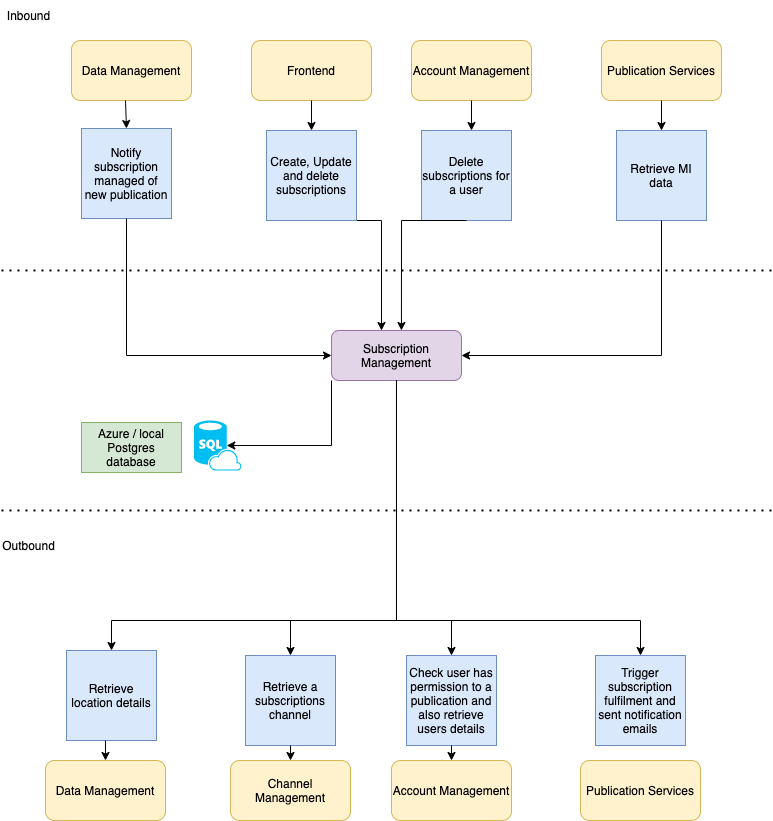
Before: subscription-man-arch.png, a diagram exported from draw.io (hmcts/pip-subscription-management). Source tidied: cells renumbered, new cells last; positions are measured from the earlier drawing's top-left corner, leaving out a move shared by most shapes. The source it was exported from:
```xml
<mxGraphModel>
  <root>
    <mxCell id="0" />
    <mxCell id="1" parent="0" />
    <mxCell id="2" value="Subscription Management" style="rounded=1;whiteSpace=wrap;html=1;fillColor=#e1d5e7;strokeColor=#9673a6;" parent="1" vertex="1">
      <mxGeometry x="330" y="330" width="130" height="50" as="geometry" />
    </mxCell>
    <mxCell id="3" value="Azure / local Postgres database" style="rounded=0;whiteSpace=wrap;html=1;fillColor=#d5e8d4;strokeColor=#82b366;" parent="1" vertex="1">
      <mxGeometry x="80" y="422" width="100" height="50" as="geometry" />
    </mxCell>
    <mxCell id="4" value="Frontend" style="rounded=1;whiteSpace=wrap;html=1;fillColor=#fff2cc;strokeColor=#d6b656;" parent="1" vertex="1">
      <mxGeometry x="250" y="40" width="120" height="60" as="geometry" />
    </mxCell>
    <mxCell id="5" style="endArrow=classic;html=1;rounded=0;exitX=0.5;exitY=1;exitDx=0;exitDy=0;" parent="1" edge="1" source="6">
      <mxGeometry relative="1" as="geometry">
        <mxPoint x="380" y="330" as="targetPoint" />
        <Array as="points">
          <mxPoint x="380" y="220" />
        </Array>
      </mxGeometry>
    </mxCell>
    <mxCell id="6" value="Create, Update and delete subscriptions" style="whiteSpace=wrap;html=1;fillColor=#dae8fc;strokeColor=#6c8ebf;" parent="1" vertex="1">
      <mxGeometry x="265" y="130" width="90" height="90" as="geometry" />
    </mxCell>
    <mxCell id="7" style="endArrow=classic;html=1;rounded=0;exitX=0.5;exitY=1;exitDx=0;exitDy=0;entryX=0.5;entryY=0;entryDx=0;entryDy=0;" parent="1" edge="1" source="4" target="6">
      <mxGeometry relative="1" as="geometry" />
    </mxCell>
    <mxCell id="8" value="Account Management" style="rounded=1;whiteSpace=wrap;html=1;fillColor=#fff2cc;strokeColor=#d6b656;" parent="1" vertex="1">
      <mxGeometry x="410" y="40" width="120" height="60" as="geometry" />
    </mxCell>
    <mxCell id="9" value="Delete subscriptions for a user" style="whiteSpace=wrap;html=1;fillColor=#dae8fc;strokeColor=#6c8ebf;" parent="1" vertex="1">
      <mxGeometry x="420" y="130" width="90" height="90" as="geometry" />
    </mxCell>
    <mxCell id="10" style="endArrow=classic;html=1;rounded=0;exitX=0.5;exitY=1;exitDx=0;exitDy=0;entryX=0.538;entryY=0;entryDx=0;entryDy=0;entryPerimeter=0;" parent="1" edge="1" source="9" target="2">
      <mxGeometry relative="1" as="geometry">
        <Array as="points">
          <mxPoint x="400" y="220" />
        </Array>
      </mxGeometry>
    </mxCell>
    <mxCell id="11" style="endArrow=classic;html=1;rounded=0;exitX=0.5;exitY=1;exitDx=0;exitDy=0;" parent="1" edge="1" source="8">
      <mxGeometry relative="1" as="geometry">
        <mxPoint x="470" y="130" as="targetPoint" />
      </mxGeometry>
    </mxCell>
    <mxCell id="12" style="endArrow=classic;html=1;rounded=0;exitX=0;exitY=1;exitDx=0;exitDy=0;entryX=0.69;entryY=0.5;entryDx=0;entryDy=0;entryPerimeter=0;" parent="1" edge="1" source="2" target="24">
      <mxGeometry relative="1" as="geometry">
        <Array as="points">
          <mxPoint x="330" y="445" />
        </Array>
      </mxGeometry>
    </mxCell>
    <mxCell id="13" value="Data Management" style="rounded=1;whiteSpace=wrap;html=1;fillColor=#fff2cc;strokeColor=#d6b656;" parent="1" vertex="1">
      <mxGeometry x="70" y="40" width="120" height="60" as="geometry" />
    </mxCell>
    <mxCell id="14" value="Notify subscription managed of new publication" style="whiteSpace=wrap;html=1;fillColor=#dae8fc;strokeColor=#6c8ebf;" parent="1" vertex="1">
      <mxGeometry x="80" y="128" width="90" height="90" as="geometry" />
    </mxCell>
    <mxCell id="15" style="endArrow=classic;html=1;rounded=0;exitX=0.45;exitY=1;exitDx=0;exitDy=0;exitPerimeter=0;entryX=0.5;entryY=0;entryDx=0;entryDy=0;" parent="1" edge="1" source="13" target="14">
      <mxGeometry relative="1" as="geometry" />
    </mxCell>
    <mxCell id="16" style="endArrow=classic;html=1;rounded=0;exitX=0.5;exitY=1;exitDx=0;exitDy=0;entryX=0;entryY=0.5;entryDx=0;entryDy=0;" parent="1" edge="1" source="14" target="2">
      <mxGeometry relative="1" as="geometry">
        <Array as="points">
          <mxPoint x="125" y="355" />
        </Array>
      </mxGeometry>
    </mxCell>
    <mxCell id="17" value="Publication Services" style="rounded=1;whiteSpace=wrap;html=1;fillColor=#fff2cc;strokeColor=#d6b656;" parent="1" vertex="1">
      <mxGeometry x="600" y="40" width="120" height="60" as="geometry" />
    </mxCell>
    <mxCell id="18" value="Retrieve MI data" style="whiteSpace=wrap;html=1;fillColor=#dae8fc;strokeColor=#6c8ebf;" parent="1" vertex="1">
      <mxGeometry x="615" y="130" width="90" height="90" as="geometry" />
    </mxCell>
    <mxCell id="19" style="endArrow=classic;html=1;rounded=0;exitX=0.5;exitY=1;exitDx=0;exitDy=0;entryX=0.5;entryY=0;entryDx=0;entryDy=0;" parent="1" edge="1" source="17" target="18">
      <mxGeometry relative="1" as="geometry" />
    </mxCell>
    <mxCell id="20" style="endArrow=classic;html=1;rounded=0;exitX=0.5;exitY=1;exitDx=0;exitDy=0;entryX=1;entryY=0.5;entryDx=0;entryDy=0;" parent="1" edge="1" source="18" target="2">
      <mxGeometry relative="1" as="geometry">
        <Array as="points">
          <mxPoint x="660" y="355" />
        </Array>
      </mxGeometry>
    </mxCell>
    <mxCell id="21" value="Outbound" style="text;html=1;strokeColor=none;fillColor=none;align=center;verticalAlign=middle;whiteSpace=wrap;rounded=0;" parent="1" vertex="1">
      <mxGeometry y="530" width="55" height="30" as="geometry" />
    </mxCell>
    <mxCell id="22" value="Inbound" style="text;html=1;strokeColor=none;fillColor=none;align=center;verticalAlign=middle;whiteSpace=wrap;rounded=0;" parent="1" vertex="1">
      <mxGeometry width="55" height="30" as="geometry" />
    </mxCell>
    <mxCell id="23" style="endArrow=classic;html=1;rounded=0;exitX=0.5;exitY=1;exitDx=0;exitDy=0;entryX=0.5;entryY=0;entryDx=0;entryDy=0;" parent="1" edge="1" source="2" target="34">
      <mxGeometry relative="1" as="geometry">
        <Array as="points">
          <mxPoint x="395" y="620" />
          <mxPoint x="639" y="620" />
        </Array>
      </mxGeometry>
    </mxCell>
    <mxCell id="24" style="verticalLabelPosition=bottom;html=1;verticalAlign=top;align=center;strokeColor=none;fillColor=#00BEF2;shape=mxgraph.azure.sql_database_sql_azure;" parent="1" vertex="1">
      <mxGeometry x="192.5" y="420" width="47.5" height="50" as="geometry" />
    </mxCell>
    <mxCell id="25" style="endArrow=none;dashed=1;html=1;dashPattern=1 3;strokeWidth=2;rounded=0;" parent="1" edge="1">
      <mxGeometry relative="1" as="geometry">
        <mxPoint y="270" as="sourcePoint" />
        <mxPoint x="770" y="270" as="targetPoint" />
      </mxGeometry>
    </mxCell>
    <mxCell id="26" style="endArrow=none;dashed=1;html=1;dashPattern=1 3;strokeWidth=2;rounded=0;" parent="1" edge="1">
      <mxGeometry relative="1" as="geometry">
        <mxPoint y="510" as="sourcePoint" />
        <mxPoint x="770" y="510" as="targetPoint" />
      </mxGeometry>
    </mxCell>
    <mxCell id="27" value="Channel Management" style="rounded=1;whiteSpace=wrap;html=1;fillColor=#fff2cc;strokeColor=#d6b656;" parent="1" vertex="1">
      <mxGeometry x="229" y="760" width="120" height="60" as="geometry" />
    </mxCell>
    <mxCell id="28" value="Retrieve a subscriptions channel" style="whiteSpace=wrap;html=1;fillColor=#dae8fc;strokeColor=#6c8ebf;" parent="1" vertex="1">
      <mxGeometry x="244" y="655" width="90" height="90" as="geometry" />
    </mxCell>
    <mxCell id="29" value="Account Management" style="rounded=1;whiteSpace=wrap;html=1;fillColor=#fff2cc;strokeColor=#d6b656;" parent="1" vertex="1">
      <mxGeometry x="390" y="760" width="120" height="60" as="geometry" />
    </mxCell>
    <mxCell id="30" value="Check user has permission to a publication and also retrieve users details" style="whiteSpace=wrap;html=1;fillColor=#dae8fc;strokeColor=#6c8ebf;" parent="1" vertex="1">
      <mxGeometry x="405" y="655" width="90" height="90" as="geometry" />
    </mxCell>
    <mxCell id="31" value="Data Management" style="rounded=1;whiteSpace=wrap;html=1;fillColor=#fff2cc;strokeColor=#d6b656;" parent="1" vertex="1">
      <mxGeometry x="44" y="760" width="120" height="60" as="geometry" />
    </mxCell>
    <mxCell id="32" value="Retrieve location details" style="whiteSpace=wrap;html=1;fillColor=#dae8fc;strokeColor=#6c8ebf;" parent="1" vertex="1">
      <mxGeometry x="65" y="650" width="90" height="90" as="geometry" />
    </mxCell>
    <mxCell id="33" value="Publication Services" style="rounded=1;whiteSpace=wrap;html=1;fillColor=#fff2cc;strokeColor=#d6b656;" parent="1" vertex="1">
      <mxGeometry x="579" y="760" width="120" height="60" as="geometry" />
    </mxCell>
    <mxCell id="34" value="Trigger subscription fulfilment and sent notification emails" style="whiteSpace=wrap;html=1;fillColor=#dae8fc;strokeColor=#6c8ebf;" parent="1" vertex="1">
      <mxGeometry x="594" y="655" width="90" height="90" as="geometry" />
    </mxCell>
    <mxCell id="35" style="endArrow=classic;html=1;rounded=0;exitX=0.5;exitY=1;exitDx=0;exitDy=0;entryX=0.5;entryY=0;entryDx=0;entryDy=0;" parent="1" edge="1" source="2" target="28">
      <mxGeometry relative="1" as="geometry">
        <Array as="points">
          <mxPoint x="395" y="620" />
          <mxPoint x="289" y="620" />
        </Array>
      </mxGeometry>
    </mxCell>
    <mxCell id="36" style="endArrow=classic;html=1;rounded=0;exitX=0.5;exitY=1;exitDx=0;exitDy=0;entryX=0.5;entryY=0;entryDx=0;entryDy=0;" parent="1" edge="1" source="28" target="27">
      <mxGeometry relative="1" as="geometry" />
    </mxCell>
    <mxCell id="37" style="endArrow=classic;html=1;rounded=0;exitX=0.5;exitY=1;exitDx=0;exitDy=0;" parent="1" edge="1" source="30">
      <mxGeometry relative="1" as="geometry">
        <mxPoint x="450" y="760" as="targetPoint" />
      </mxGeometry>
    </mxCell>
    <mxCell id="38" style="endArrow=classic;html=1;rounded=0;exitX=0.5;exitY=1;exitDx=0;exitDy=0;entryX=0.5;entryY=0;entryDx=0;entryDy=0;" parent="1" edge="1" source="2" target="32">
      <mxGeometry relative="1" as="geometry">
        <Array as="points">
          <mxPoint x="395" y="620" />
          <mxPoint x="110" y="620" />
        </Array>
      </mxGeometry>
    </mxCell>
    <mxCell id="39" style="endArrow=classic;html=1;rounded=0;exitX=0.433;exitY=1;exitDx=0;exitDy=0;exitPerimeter=0;entryX=0.5;entryY=0;entryDx=0;entryDy=0;" parent="1" edge="1" source="32" target="31">
      <mxGeometry relative="1" as="geometry" />
    </mxCell>
    <mxCell id="40" style="endArrow=classic;html=1;rounded=0;exitX=0.5;exitY=1;exitDx=0;exitDy=0;entryX=0.5;entryY=0;entryDx=0;entryDy=0;" parent="1" edge="1" source="2" target="30">
      <mxGeometry relative="1" as="geometry">
        <Array as="points">
          <mxPoint x="395" y="620" />
          <mxPoint x="450" y="620" />
        </Array>
      </mxGeometry>
    </mxCell>
  </root>
</mxGraphModel>
```
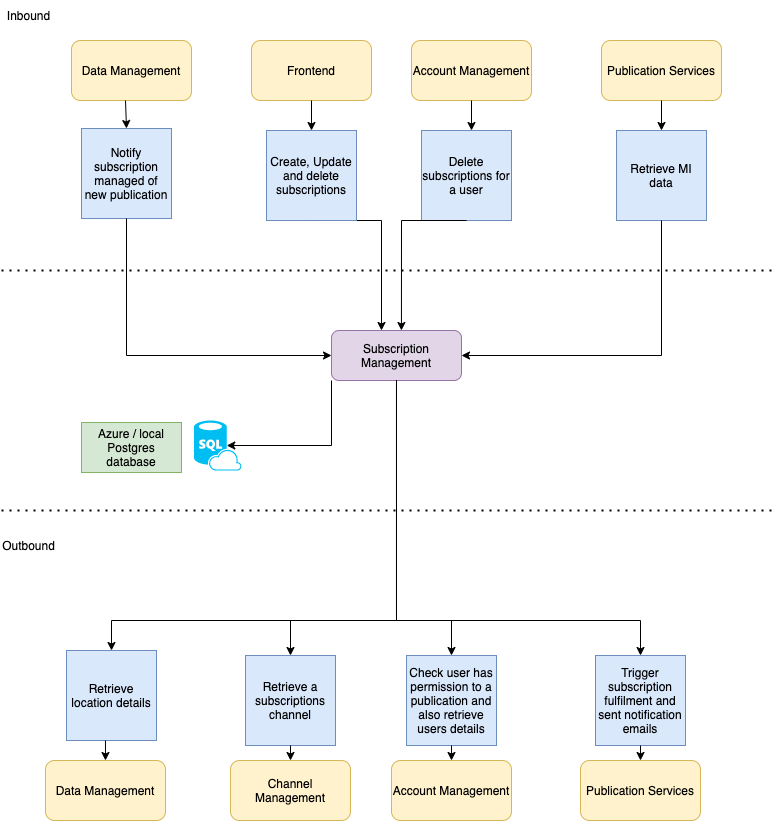
Above is the later version.

Commit message:
PUB-1913 - Updated diagram

Diff of the diagram source:
```diff
@@ -170,5 +170,8 @@
         </Array>
       </mxGeometry>
     </mxCell>
+    <mxCell id="41" style="endArrow=classic;html=1;rounded=0;exitX=0.5;exitY=1;exitDx=0;exitDy=0;entryX=0.5;entryY=0;entryDx=0;entryDy=0;" parent="1" edge="1" source="34" target="33">
+      <mxGeometry relative="1" as="geometry" />
+    </mxCell>
   </root>
 </mxGraphModel>
```
